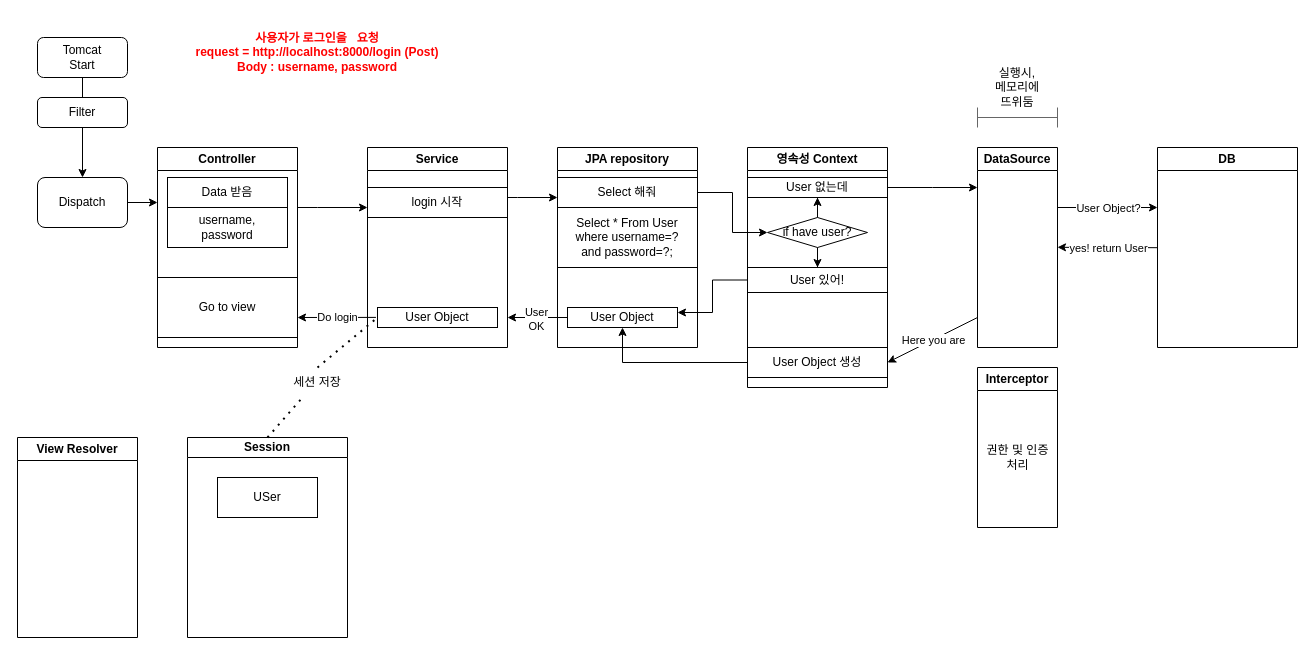
Earlier version of the draw.io diagram Spring 동작 원리.drawio (MinKonKim/SpringBoot-JPA-Blog). Source tidied: cells renumbered, new cells numbered last; positions are measured from the earlier drawing's top-left corner, leaving out a move shared by most shapes. Both pictures are drawn from the tidied source at 100%, with x=0, y=0 at pixel (17, 17).
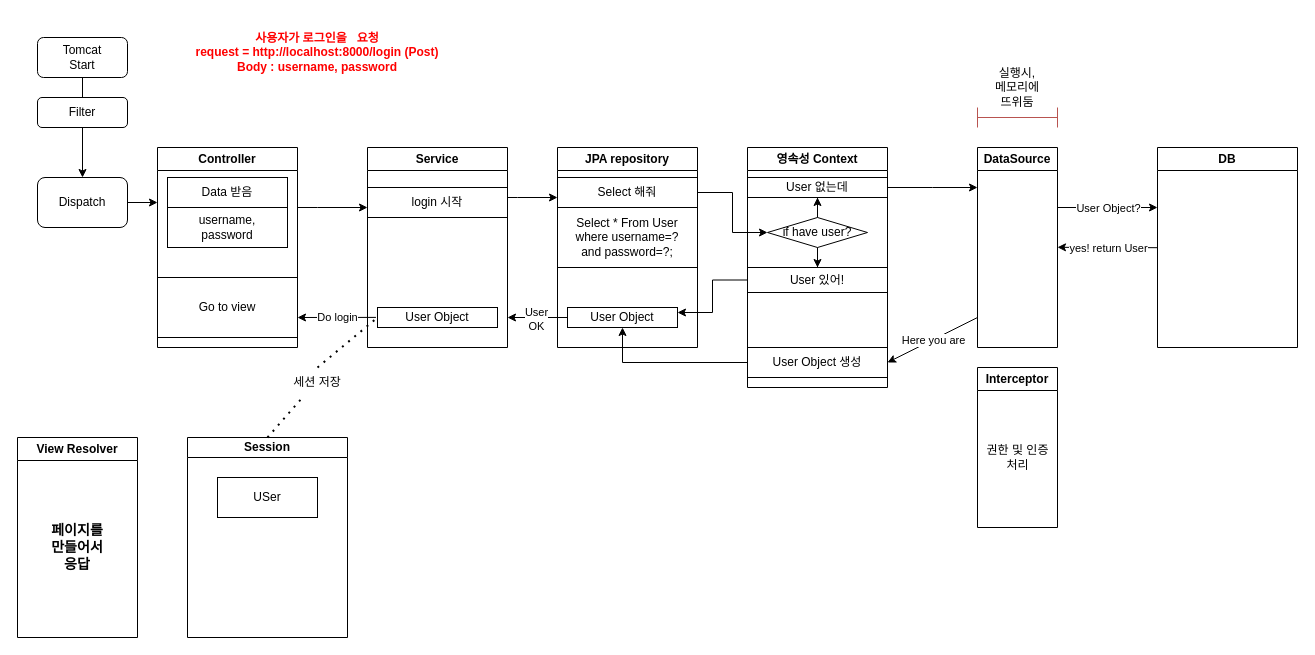
After the change.

Commit message:
Spring 동작 원리(로그인 시나리오).drawio 업데이트

The change refers to these unchanged cells:
```xml
<mxCell id="31" value="View Resolver" style="swimlane;whiteSpace=wrap;html=1;" parent="1" vertex="1">
  <mxGeometry y="420" width="120" height="200" as="geometry" />
</mxCell>
```

Diff of the diagram source:
```diff
@@
+    <mxCell id="56" value="&lt;h3&gt;페이지를 만들어서 응답&lt;/h3&gt;" style="text;html=1;strokeColor=none;fillColor=none;align=center;verticalAlign=middle;whiteSpace=wrap;rounded=0;" parent="31" vertex="1">
+      <mxGeometry x="30" y="60" width="60" height="100" as="geometry" />
+    </mxCell>
@@
-    <mxCell id="51" style="shape=crossbar;whiteSpace=wrap;html=1;rounded=1;fillColor=#f5f5f5;fontColor=#333333;strokeColor=#666666;" parent="1" vertex="1">
+    <mxCell id="51" style="shape=crossbar;whiteSpace=wrap;html=1;rounded=1;fillColor=#f8cecc;strokeColor=#b85450;" parent="1" vertex="1">
       <mxGeometry x="960" y="90" width="80" height="20" as="geometry" />
     </mxCell>
```
